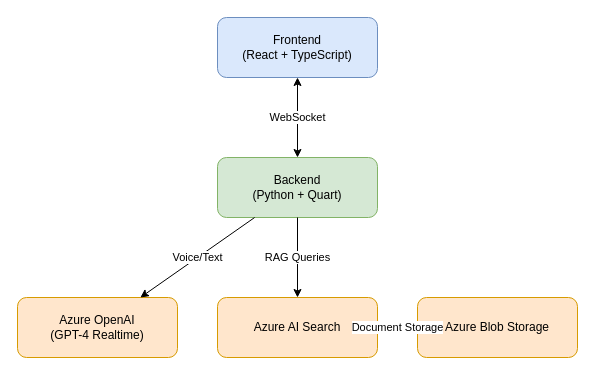
Earlier version of the draw.io diagram project_graph.drawio (soenke-maibach-taod/aisearch-openai-rag-audio). Source tidied: cells renumbered, new cells numbered last; positions are measured from the earlier drawing's top-left corner, leaving out a move shared by most shapes. Both pictures are drawn from the tidied source at 100%, with x=0, y=0 at pixel (17, 17).
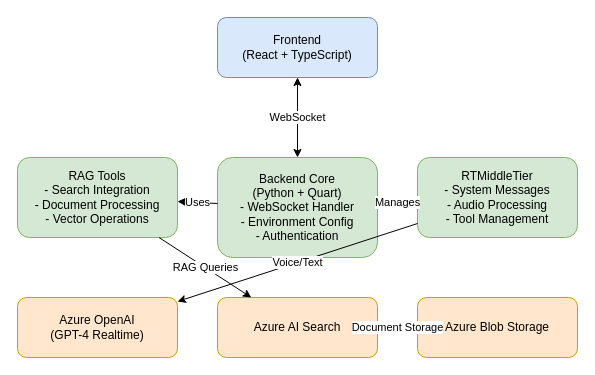
Above is the later version.

Commit message:
backend details

The edit, as a diff of the source:
```diff
@@
 <mxGraphModel>
   <root>
     <mxCell id="0" />
     <mxCell id="1" parent="0" />
     <mxCell id="2" value="Frontend&#10;(React + TypeScript)" style="rounded=1;whiteSpace=wrap;html=1;fillColor=#dae8fc;strokeColor=#6c8ebf;" parent="1" vertex="1">
       <mxGeometry x="200" width="160" height="60" as="geometry" />
     </mxCell>
-    <mxCell id="3" value="Backend&#10;(Python + Quart)" style="rounded=1;whiteSpace=wrap;html=1;fillColor=#d5e8d4;strokeColor=#82b366;" parent="1" vertex="1">
-      <mxGeometry x="200" y="140" width="160" height="60" as="geometry" />
+    <mxCell id="3" value="Backend Core&#10;(Python + Quart)&#10;- WebSocket Handler&#10;- Environment Config&#10;- Authentication" style="rounded=1;whiteSpace=wrap;html=1;fillColor=#d5e8d4;strokeColor=#82b366;" parent="1" vertex="1">
+      <mxGeometry x="200" y="140" width="160" height="100" as="geometry" />
     </mxCell>
+    <mxCell id="11" value="RTMiddleTier&#10;- System Messages&#10;- Audio Processing&#10;- Tool Management" style="rounded=1;whiteSpace=wrap;html=1;fillColor=#d5e8d4;strokeColor=#82b366;" parent="1" vertex="1">
+      <mxGeometry x="400" y="140" width="160" height="80" as="geometry" />
+    </mxCell>
+    <mxCell id="12" value="RAG Tools&#10;- Search Integration&#10;- Document Processing&#10;- Vector Operations" style="rounded=1;whiteSpace=wrap;html=1;fillColor=#d5e8d4;strokeColor=#82b366;" parent="1" vertex="1">
+      <mxGeometry y="140" width="160" height="80" as="geometry" />
+    </mxCell>
     <mxCell id="4" value="Azure OpenAI&#10;(GPT-4 Realtime)" style="rounded=1;whiteSpace=wrap;html=1;fillColor=#ffe6cc;strokeColor=#d79b00;" parent="1" vertex="1">
       <mxGeometry y="280" width="160" height="60" as="geometry" />
     </mxCell>
     <mxCell id="5" value="Azure AI Search" style="rounded=1;whiteSpace=wrap;html=1;fillColor=#ffe6cc;strokeColor=#d79b00;" parent="1" vertex="1">
       <mxGeometry x="200" y="280" width="160" height="60" as="geometry" />
     </mxCell>
     <mxCell id="6" value="Azure Blob Storage" style="rounded=1;whiteSpace=wrap;html=1;fillColor=#ffe6cc;strokeColor=#d79b00;" parent="1" vertex="1">
       <mxGeometry x="400" y="280" width="160" height="60" as="geometry" />
     </mxCell>
     <mxCell id="7" value="WebSocket" style="endArrow=classic;startArrow=classic;html=1;rounded=0;" parent="1" edge="1" source="3" target="2">
       <mxGeometry relative="1" as="geometry" />
     </mxCell>
+    <mxCell id="13" value="Manages" style="endArrow=classic;html=1;rounded=0;" parent="1" edge="1" source="3" target="11">
+      <mxGeometry relative="1" as="geometry" />
+    </mxCell>
+    <mxCell id="14" value="Uses" style="endArrow=classic;html=1;rounded=0;" parent="1" edge="1" source="3" target="12">
+      <mxGeometry relative="1" as="geometry" />
+    </mxCell>
-    <mxCell id="8" value="Voice/Text" style="endArrow=classic;html=1;rounded=0;" parent="1" edge="1" source="3" target="4">
+    <mxCell id="8" value="Voice/Text" style="endArrow=classic;html=1;rounded=0;" parent="1" edge="1" source="11" target="4">
       <mxGeometry relative="1" as="geometry" />
     </mxCell>
-    <mxCell id="9" value="RAG Queries" style="endArrow=classic;html=1;rounded=0;" parent="1" edge="1" source="3" target="5">
+    <mxCell id="9" value="RAG Queries" style="endArrow=classic;html=1;rounded=0;" parent="1" edge="1" source="12" target="5">
       <mxGeometry relative="1" as="geometry" />
     </mxCell>
     <mxCell id="10" value="Document Storage" style="endArrow=classic;html=1;rounded=0;" parent="1" edge="1" source="5" target="6">
       <mxGeometry relative="1" as="geometry" />
     </mxCell>
   </root>
 </mxGraphModel>
```
